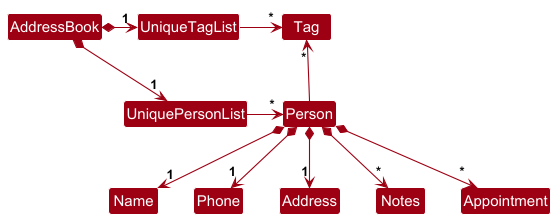
fatbolster/tp keeps this PlantUML diagram as docs/images/BetterModelClassDiagram.png. Above is the earlier version. Source of this version:
```plantuml
@startuml
!include style.puml
skinparam arrowThickness 1.1
skinparam arrowColor MODEL_COLOR
skinparam classBackgroundColor MODEL_COLOR

AddressBook *-right-> "1" UniquePersonList
AddressBook *-right-> "1" UniqueTagList
UniqueTagList -[hidden]down- UniquePersonList
UniqueTagList -[hidden]down- UniquePersonList

UniqueTagList -right-> "*" Tag
UniquePersonList -right-> "*" Person

Person -up-> "*" Tag

Person *--> "1" Name
Person *--> "1" Phone
Person *--> "1" Address
Person *--> "*" Notes
Person *--> "*" Appointment
@enduml
```
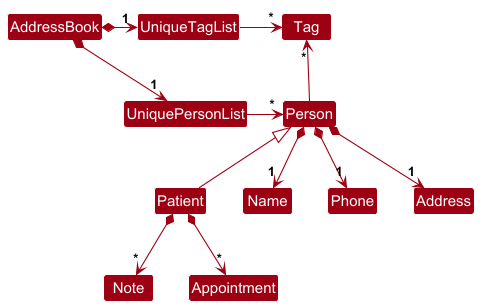
The same file after the commit.

Commit message:
Edit model diagram

Change to the diagram source:
```diff
@@ -14,9 +14,19 @@
 
 Person -up-> "*" Tag
 
+class Person {
+}
+
+class Patient {
+}
+
+Person <|-- Patient
+
 Person *--> "1" Name
 Person *--> "1" Phone
 Person *--> "1" Address
-Person *--> "*" Notes
-Person *--> "*" Appointment
+Patient *--> "*" Note
+Patient *--> "*" Appointment
+
+
 @enduml
```
